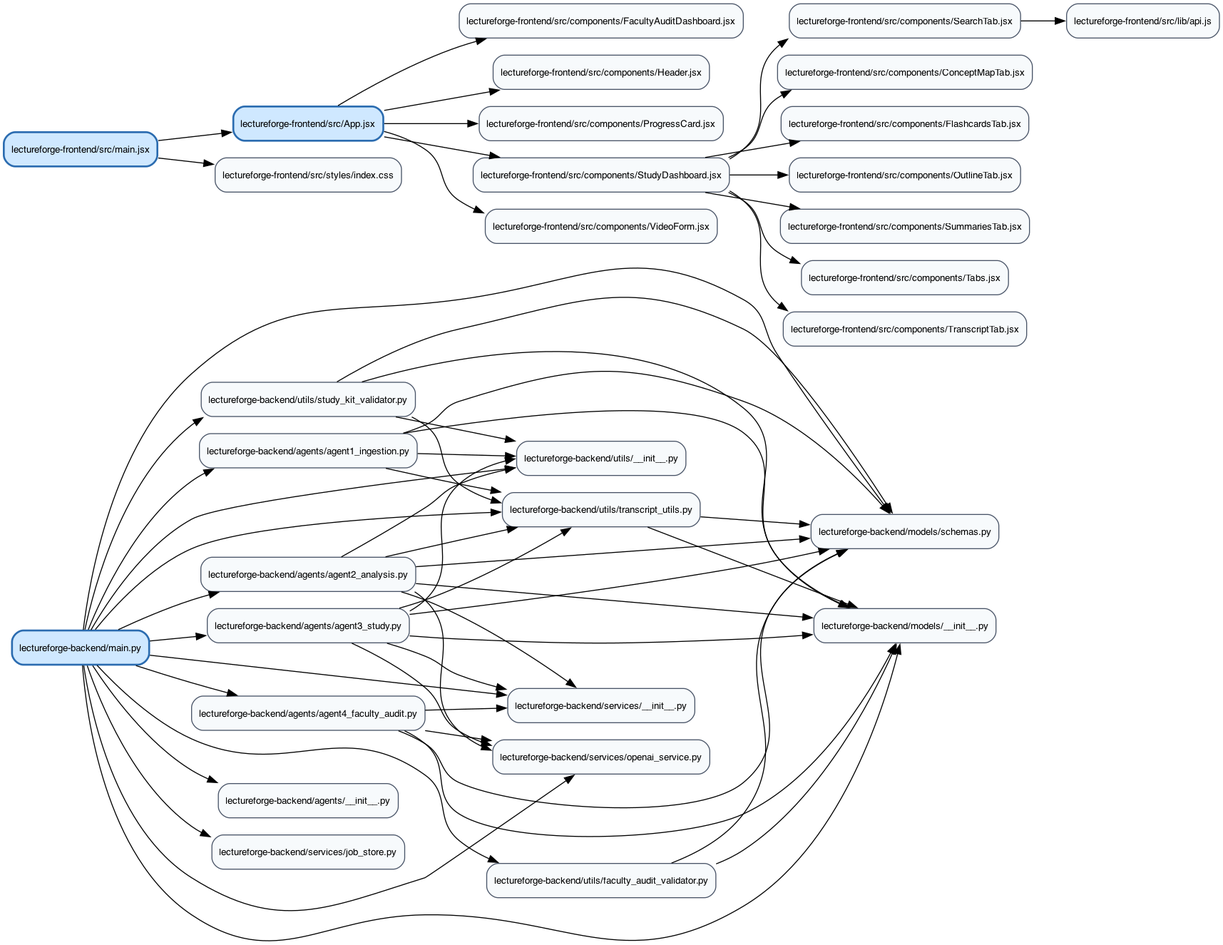
Gowtham-Pentela/lectureforge-ai keeps this Graphviz diagram as docs/PROJECT_GRAPH.png. Above is the earlier version. Its source is kept beside it as docs/PROJECT_GRAPH.dot. Its diagram source:
```dot
digraph ProjectGraph {
  rankdir="LR";
  graph [fontname="Helvetica"];
  node [shape=box, style="rounded,filled", fontname="Helvetica", fontsize=10];
  edge [fontname="Helvetica", fontsize=9];

  "lectureforge-backend/agents/__init__.py" [fillcolor="#F7FAFC", color="#4A5568"];
  "lectureforge-backend/agents/agent1_ingestion.py" [fillcolor="#F7FAFC", color="#4A5568"];
  "lectureforge-backend/agents/agent2_analysis.py" [fillcolor="#F7FAFC", color="#4A5568"];
  "lectureforge-backend/agents/agent3_study.py" [fillcolor="#F7FAFC", color="#4A5568"];
  "lectureforge-backend/agents/agent4_faculty_audit.py" [fillcolor="#F7FAFC", color="#4A5568"];
  "lectureforge-backend/main.py" [fillcolor="#CFE8FF", color="#2B6CB0", penwidth="2"];
  "lectureforge-backend/models/__init__.py" [fillcolor="#F7FAFC", color="#4A5568"];
  "lectureforge-backend/models/schemas.py" [fillcolor="#F7FAFC", color="#4A5568"];
  "lectureforge-backend/services/__init__.py" [fillcolor="#F7FAFC", color="#4A5568"];
  "lectureforge-backend/services/job_store.py" [fillcolor="#F7FAFC", color="#4A5568"];
  "lectureforge-backend/services/openai_service.py" [fillcolor="#F7FAFC", color="#4A5568"];
  "lectureforge-backend/utils/__init__.py" [fillcolor="#F7FAFC", color="#4A5568"];
  "lectureforge-backend/utils/faculty_audit_validator.py" [fillcolor="#F7FAFC", color="#4A5568"];
  "lectureforge-backend/utils/study_kit_validator.py" [fillcolor="#F7FAFC", color="#4A5568"];
  "lectureforge-backend/utils/transcript_utils.py" [fillcolor="#F7FAFC", color="#4A5568"];
  "lectureforge-frontend/src/App.jsx" [fillcolor="#CFE8FF", color="#2B6CB0", penwidth="2"];
  "lectureforge-frontend/src/components/ConceptMapTab.jsx" [fillcolor="#F7FAFC", color="#4A5568"];
  "lectureforge-frontend/src/components/FacultyAuditDashboard.jsx" [fillcolor="#F7FAFC", color="#4A5568"];
  "lectureforge-frontend/src/components/FlashcardsTab.jsx" [fillcolor="#F7FAFC", color="#4A5568"];
  "lectureforge-frontend/src/components/Header.jsx" [fillcolor="#F7FAFC", color="#4A5568"];
  "lectureforge-frontend/src/components/OutlineTab.jsx" [fillcolor="#F7FAFC", color="#4A5568"];
  "lectureforge-frontend/src/components/ProgressCard.jsx" [fillcolor="#F7FAFC", color="#4A5568"];
  "lectureforge-frontend/src/components/SearchTab.jsx" [fillcolor="#F7FAFC", color="#4A5568"];
  "lectureforge-frontend/src/components/StudyDashboard.jsx" [fillcolor="#F7FAFC", color="#4A5568"];
  "lectureforge-frontend/src/components/SummariesTab.jsx" [fillcolor="#F7FAFC", color="#4A5568"];
  "lectureforge-frontend/src/components/Tabs.jsx" [fillcolor="#F7FAFC", color="#4A5568"];
  "lectureforge-frontend/src/components/TranscriptTab.jsx" [fillcolor="#F7FAFC", color="#4A5568"];
  "lectureforge-frontend/src/components/VideoForm.jsx" [fillcolor="#F7FAFC", color="#4A5568"];
  "lectureforge-frontend/src/lib/api.js" [fillcolor="#F7FAFC", color="#4A5568"];
  "lectureforge-frontend/src/main.jsx" [fillcolor="#CFE8FF", color="#2B6CB0", penwidth="2"];
  "lectureforge-frontend/src/styles/index.css" [fillcolor="#F7FAFC", color="#4A5568"];

  "lectureforge-backend/agents/agent1_ingestion.py" -> "lectureforge-backend/models/__init__.py";
  "lectureforge-backend/agents/agent1_ingestion.py" -> "lectureforge-backend/models/schemas.py";
  "lectureforge-backend/agents/agent1_ingestion.py" -> "lectureforge-backend/utils/__init__.py";
  "lectureforge-backend/agents/agent1_ingestion.py" -> "lectureforge-backend/utils/transcript_utils.py";
  "lectureforge-backend/agents/agent2_analysis.py" -> "lectureforge-backend/models/__init__.py";
  "lectureforge-backend/agents/agent2_analysis.py" -> "lectureforge-backend/models/schemas.py";
  "lectureforge-backend/agents/agent2_analysis.py" -> "lectureforge-backend/services/__init__.py";
  "lectureforge-backend/agents/agent2_analysis.py" -> "lectureforge-backend/services/openai_service.py";
  "lectureforge-backend/agents/agent2_analysis.py" -> "lectureforge-backend/utils/__init__.py";
  "lectureforge-backend/agents/agent2_analysis.py" -> "lectureforge-backend/utils/transcript_utils.py";
  "lectureforge-backend/agents/agent3_study.py" -> "lectureforge-backend/models/__init__.py";
  "lectureforge-backend/agents/agent3_study.py" -> "lectureforge-backend/models/schemas.py";
  "lectureforge-backend/agents/agent3_study.py" -> "lectureforge-backend/services/__init__.py";
  "lectureforge-backend/agents/agent3_study.py" -> "lectureforge-backend/services/openai_service.py";
  "lectureforge-backend/agents/agent3_study.py" -> "lectureforge-backend/utils/__init__.py";
  "lectureforge-backend/agents/agent3_study.py" -> "lectureforge-backend/utils/transcript_utils.py";
  "lectureforge-backend/agents/agent4_faculty_audit.py" -> "lectureforge-backend/models/__init__.py";
  "lectureforge-backend/agents/agent4_faculty_audit.py" -> "lectureforge-backend/models/schemas.py";
  "lectureforge-backend/agents/agent4_faculty_audit.py" -> "lectureforge-backend/services/__init__.py";
  "lectureforge-backend/agents/agent4_faculty_audit.py" -> "lectureforge-backend/services/openai_service.py";
  "lectureforge-backend/main.py" -> "lectureforge-backend/agents/__init__.py";
  "lectureforge-backend/main.py" -> "lectureforge-backend/agents/agent1_ingestion.py";
  "lectureforge-backend/main.py" -> "lectureforge-backend/agents/agent2_analysis.py";
  "lectureforge-backend/main.py" -> "lectureforge-backend/agents/agent3_study.py";
  "lectureforge-backend/main.py" -> "lectureforge-backend/agents/agent4_faculty_audit.py";
  "lectureforge-backend/main.py" -> "lectureforge-backend/models/__init__.py";
  "lectureforge-backend/main.py" -> "lectureforge-backend/models/schemas.py";
  "lectureforge-backend/main.py" -> "lectureforge-backend/services/__init__.py";
  "lectureforge-backend/main.py" -> "lectureforge-backend/services/job_store.py";
  "lectureforge-backend/main.py" -> "lectureforge-backend/services/openai_service.py";
  "lectureforge-backend/main.py" -> "lectureforge-backend/utils/__init__.py";
  "lectureforge-backend/main.py" -> "lectureforge-backend/utils/faculty_audit_validator.py";
  "lectureforge-backend/main.py" -> "lectureforge-backend/utils/study_kit_validator.py";
  "lectureforge-backend/main.py" -> "lectureforge-backend/utils/transcript_utils.py";
  "lectureforge-backend/utils/faculty_audit_validator.py" -> "lectureforge-backend/models/__init__.py";
  "lectureforge-backend/utils/faculty_audit_validator.py" -> "lectureforge-backend/models/schemas.py";
  "lectureforge-backend/utils/study_kit_validator.py" -> "lectureforge-backend/models/__init__.py";
  "lectureforge-backend/utils/study_kit_validator.py" -> "lectureforge-backend/models/schemas.py";
  "lectureforge-backend/utils/study_kit_validator.py" -> "lectureforge-backend/utils/__init__.py";
  "lectureforge-backend/utils/study_kit_validator.py" -> "lectureforge-backend/utils/transcript_utils.py";
  "lectureforge-backend/utils/transcript_utils.py" -> "lectureforge-backend/models/__init__.py";
  "lectureforge-backend/utils/transcript_utils.py" -> "lectureforge-backend/models/schemas.py";
  "lectureforge-frontend/src/App.jsx" -> "lectureforge-frontend/src/components/FacultyAuditDashboard.jsx";
  "lectureforge-frontend/src/App.jsx" -> "lectureforge-frontend/src/components/Header.jsx";
  "lectureforge-frontend/src/App.jsx" -> "lectureforge-frontend/src/components/ProgressCard.jsx";
  "lectureforge-frontend/src/App.jsx" -> "lectureforge-frontend/src/components/StudyDashboard.jsx";
  "lectureforge-frontend/src/App.jsx" -> "lectureforge-frontend/src/components/VideoForm.jsx";
  "lectureforge-frontend/src/components/SearchTab.jsx" -> "lectureforge-frontend/src/lib/api.js";
  "lectureforge-frontend/src/components/StudyDashboard.jsx" -> "lectureforge-frontend/src/components/ConceptMapTab.jsx";
  "lectureforge-frontend/src/components/StudyDashboard.jsx" -> "lectureforge-frontend/src/components/FlashcardsTab.jsx";
  "lectureforge-frontend/src/components/StudyDashboard.jsx" -> "lectureforge-frontend/src/components/OutlineTab.jsx";
  "lectureforge-frontend/src/components/StudyDashboard.jsx" -> "lectureforge-frontend/src/components/SearchTab.jsx";
  "lectureforge-frontend/src/components/StudyDashboard.jsx" -> "lectureforge-frontend/src/components/SummariesTab.jsx";
  "lectureforge-frontend/src/components/StudyDashboard.jsx" -> "lectureforge-frontend/src/components/Tabs.jsx";
  "lectureforge-frontend/src/components/StudyDashboard.jsx" -> "lectureforge-frontend/src/components/TranscriptTab.jsx";
  "lectureforge-frontend/src/main.jsx" -> "lectureforge-frontend/src/App.jsx";
  "lectureforge-frontend/src/main.jsx" -> "lectureforge-frontend/src/styles/index.css";
}
```
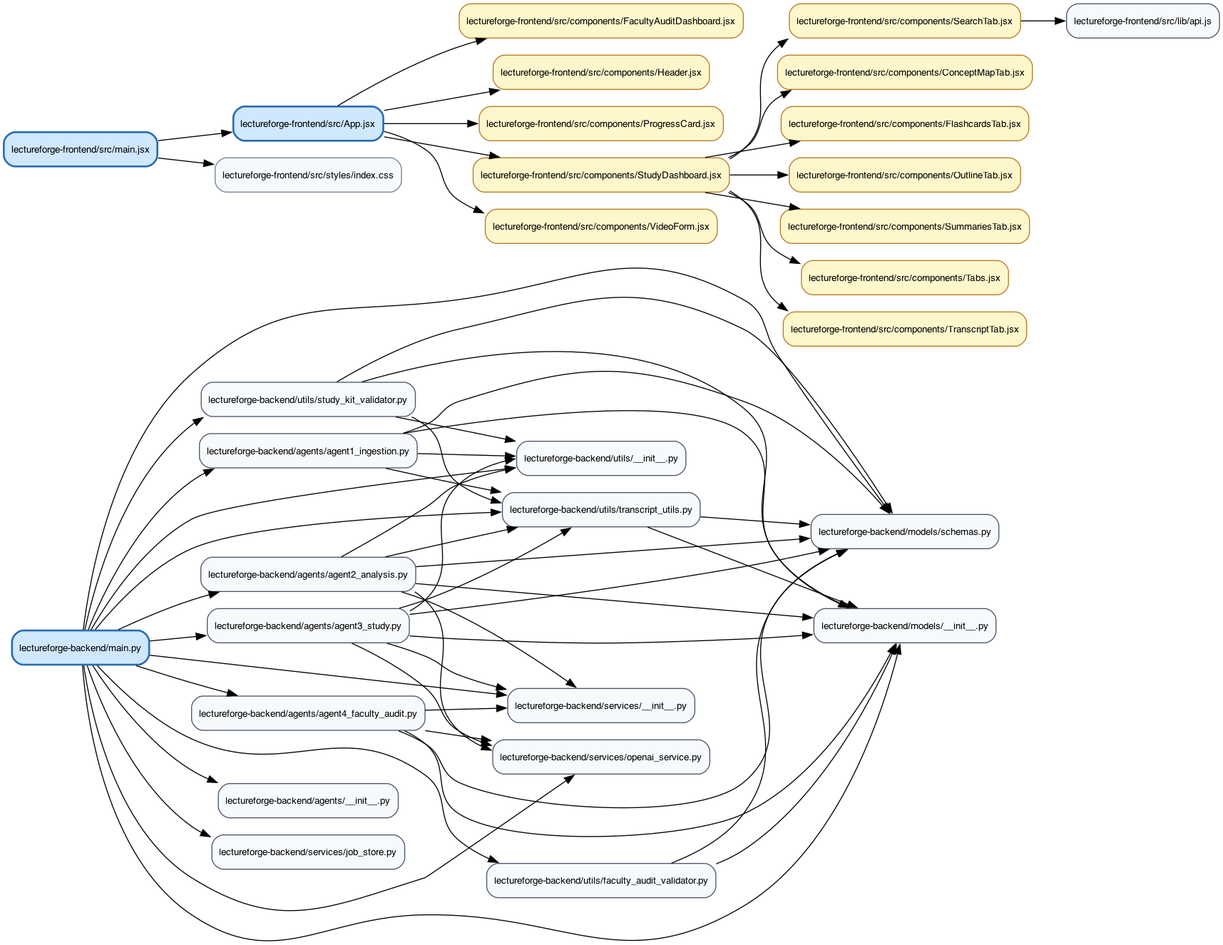
Later version of the same file.

The edit, as a diff of the source:
```diff
@@ -20,21 +20,21 @@
   "lectureforge-backend/utils/study_kit_validator.py" [fillcolor="#F7FAFC", color="#4A5568"];
   "lectureforge-backend/utils/transcript_utils.py" [fillcolor="#F7FAFC", color="#4A5568"];
   "lectureforge-frontend/src/App.jsx" [fillcolor="#CFE8FF", color="#2B6CB0", penwidth="2"];
-  "lectureforge-frontend/src/components/ConceptMapTab.jsx" [fillcolor="#F7FAFC", color="#4A5568"];
-  "lectureforge-frontend/src/components/FacultyAuditDashboard.jsx" [fillcolor="#F7FAFC", color="#4A5568"];
-  "lectureforge-frontend/src/components/FlashcardsTab.jsx" [fillcolor="#F7FAFC", color="#4A5568"];
-  "lectureforge-frontend/src/components/Header.jsx" [fillcolor="#F7FAFC", color="#4A5568"];
-  "lectureforge-frontend/src/components/OutlineTab.jsx" [fillcolor="#F7FAFC", color="#4A5568"];
-  "lectureforge-frontend/src/components/ProgressCard.jsx" [fillcolor="#F7FAFC", color="#4A5568"];
-  "lectureforge-frontend/src/components/SearchTab.jsx" [fillcolor="#F7FAFC", color="#4A5568"];
-  "lectureforge-frontend/src/components/StudyDashboard.jsx" [fillcolor="#F7FAFC", color="#4A5568"];
-  "lectureforge-frontend/src/components/SummariesTab.jsx" [fillcolor="#F7FAFC", color="#4A5568"];
-  "lectureforge-frontend/src/components/Tabs.jsx" [fillcolor="#F7FAFC", color="#4A5568"];
-  "lectureforge-frontend/src/components/TranscriptTab.jsx" [fillcolor="#F7FAFC", color="#4A5568"];
-  "lectureforge-frontend/src/components/VideoForm.jsx" [fillcolor="#F7FAFC", color="#4A5568"];
+  "lectureforge-frontend/src/components/ConceptMapTab.jsx" [fillcolor="#FFF7CC", color="#B7791F"];
+  "lectureforge-frontend/src/components/FacultyAuditDashboard.jsx" [fillcolor="#FFF7CC", color="#B7791F"];
+  "lectureforge-frontend/src/components/FlashcardsTab.jsx" [fillcolor="#FFF7CC", color="#B7791F"];
+  "lectureforge-frontend/src/components/Header.jsx" [fillcolor="#FFF7CC", color="#B7791F"];
+  "lectureforge-frontend/src/components/OutlineTab.jsx" [fillcolor="#FFF7CC", color="#B7791F"];
+  "lectureforge-frontend/src/components/ProgressCard.jsx" [fillcolor="#FFF7CC", color="#B7791F"];
+  "lectureforge-frontend/src/components/SearchTab.jsx" [fillcolor="#FFF7CC", color="#B7791F"];
+  "lectureforge-frontend/src/components/StudyDashboard.jsx" [fillcolor="#FFF7CC", color="#B7791F"];
+  "lectureforge-frontend/src/components/SummariesTab.jsx" [fillcolor="#FFF7CC", color="#B7791F"];
+  "lectureforge-frontend/src/components/Tabs.jsx" [fillcolor="#FFF7CC", color="#B7791F"];
+  "lectureforge-frontend/src/components/TranscriptTab.jsx" [fillcolor="#FFF7CC", color="#B7791F"];
+  "lectureforge-frontend/src/components/VideoForm.jsx" [fillcolor="#FFF7CC", color="#B7791F"];
   "lectureforge-frontend/src/lib/api.js" [fillcolor="#F7FAFC", color="#4A5568"];
   "lectureforge-frontend/src/main.jsx" [fillcolor="#CFE8FF", color="#2B6CB0", penwidth="2"];
-  "lectureforge-frontend/src/styles/index.css" [fillcolor="#F7FAFC", color="#4A5568"];
+  "lectureforge-frontend/src/styles/index.css" [fillcolor="#F7FAFC", color="#718096"];
 
   "lectureforge-backend/agents/agent1_ingestion.py" -> "lectureforge-backend/models/__init__.py";
   "lectureforge-backend/agents/agent1_ingestion.py" -> "lectureforge-backend/models/schemas.py";
```
